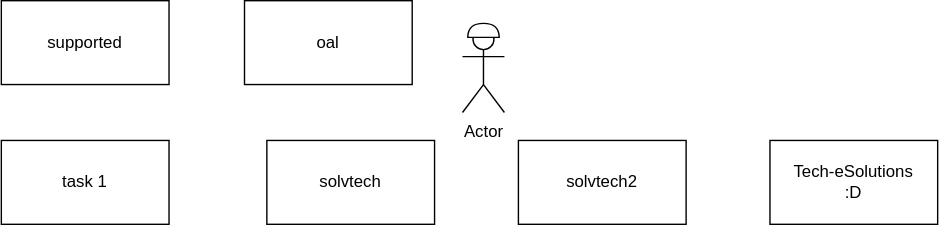
This is systems_analysis/eva2/crear-env-vars-gitbash-windows.drawio.svg from cdvelop/aiep, a draw.io export, as it was before one commit. Source tidied: cells renumbered, new cells last; positions are measured from the earlier drawing's top-left corner, leaving out a move shared by most shapes.
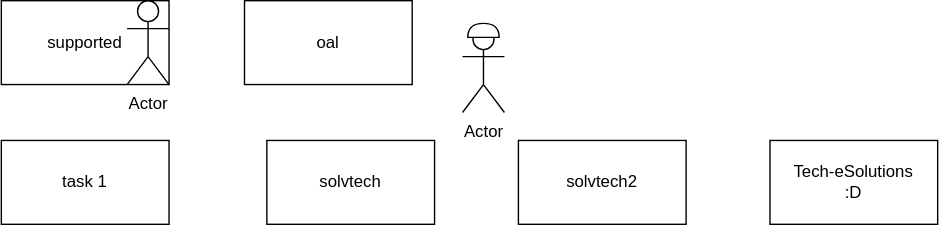
The same file after the commit.

Diff of the diagram source:
```diff
@@ -26,5 +26,8 @@
     <mxCell id="9" style="shape=or;whiteSpace=wrap;html=1;rotation=-90;" parent="1" vertex="1">
       <mxGeometry x="340" y="10" width="10" height="22.5" as="geometry" />
     </mxCell>
+    <mxCell id="10" value="Actor" style="shape=umlActor;verticalLabelPosition=bottom;verticalAlign=top;html=1;" parent="1" vertex="1">
+      <mxGeometry x="90" width="30" height="60" as="geometry" />
+    </mxCell>
   </root>
 </mxGraphModel>
```
